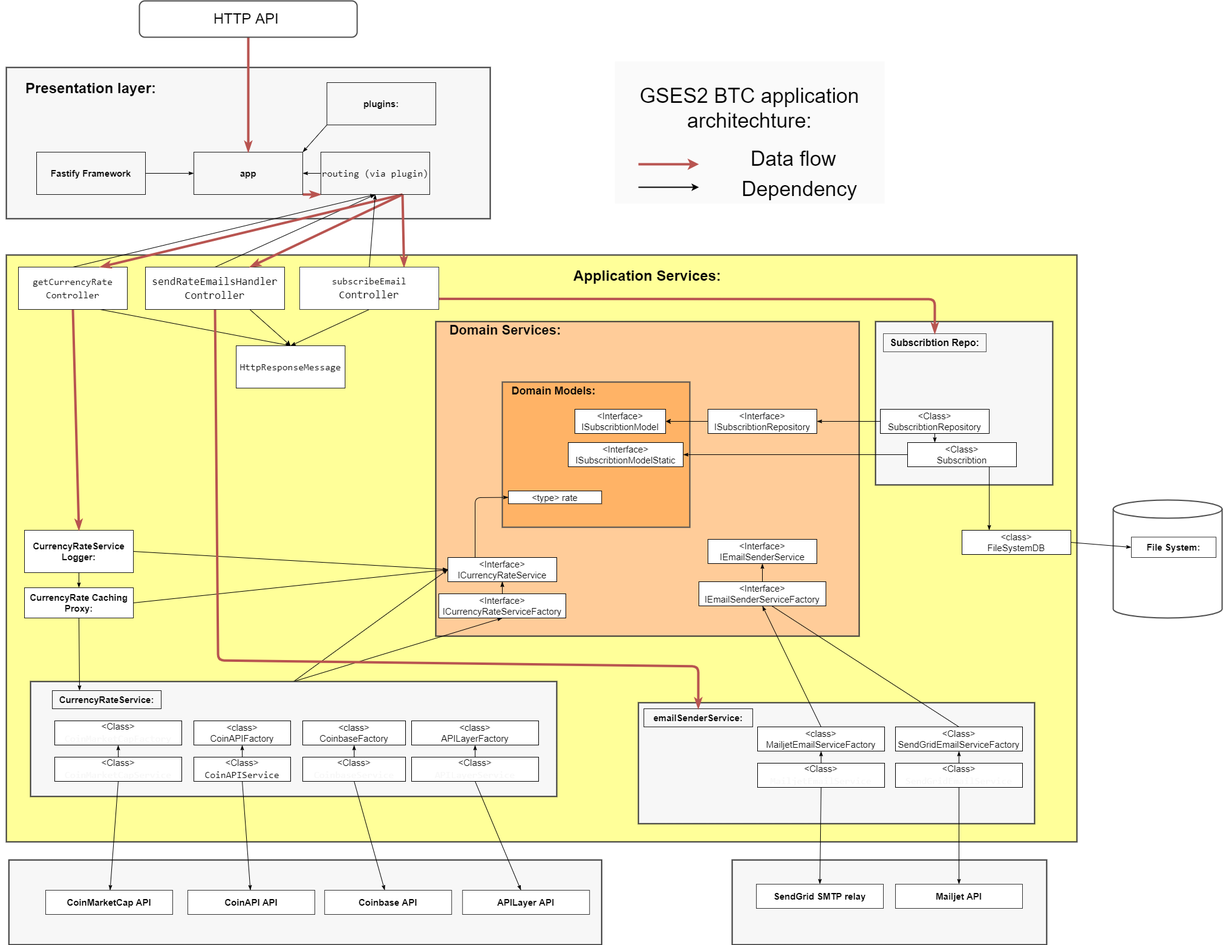
Before: diagrams/architecture.png, a diagram exported from draw.io (GenesisEducationKyiv/hw1-se-school_2022-code-review-Valentine-456). Source tidied: cells renumbered, new cells last; positions are measured from the earlier drawing's top-left corner, leaving out a move shared by most shapes.
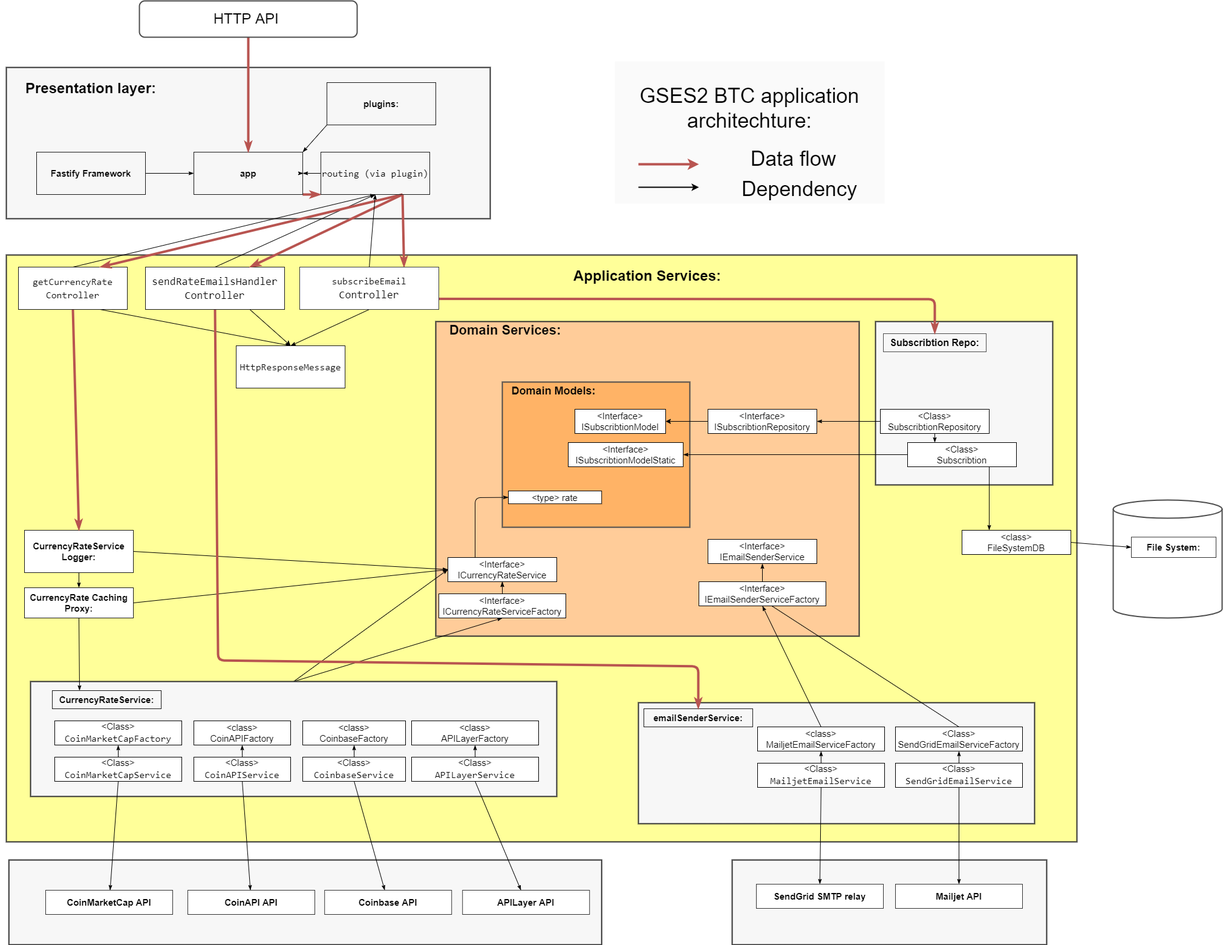
The same diagram one commit later.

Commit message:
fixed architecture diagram

The edit, as a diff of the source:
```diff
@@ -105,7 +105,7 @@
     <mxCell id="34" style="edgeStyle=none;html=1;exitX=0.5;exitY=1;exitDx=0;exitDy=0;entryX=0.5;entryY=0;entryDx=0;entryDy=0;fontColor=#000000;endArrow=classicThin;endFill=1;strokeColor=#000000;" parent="1" edge="1" source="35" target="36">
       <mxGeometry relative="1" as="geometry" />
     </mxCell>
-    <mxCell id="35" value="&amp;lt;Class&amp;gt;&lt;br&gt;&lt;div style=&quot;font-family: &amp;#34;consolas&amp;#34; , &amp;#34;courier new&amp;#34; , monospace ; font-size: 16px ; line-height: 22px&quot;&gt;&lt;font color=&quot;#f7f7f7&quot;&gt;MailjetEmailService&lt;/font&gt;&lt;/div&gt;" style="rounded=0;whiteSpace=wrap;html=1;fontSize=15;" parent="1" vertex="1">
+    <mxCell id="35" value="&amp;lt;Class&amp;gt;&lt;br&gt;&lt;div style=&quot;font-family: &amp;quot;consolas&amp;quot; , &amp;quot;courier new&amp;quot; , monospace ; font-size: 16px ; line-height: 22px&quot;&gt;MailjetEmailService&lt;/div&gt;" style="rounded=0;whiteSpace=wrap;html=1;fontSize=15;" parent="1" vertex="1">
       <mxGeometry x="1252" y="1260" width="210" height="40" as="geometry" />
     </mxCell>
     <mxCell id="36" value="&lt;font color=&quot;#000000&quot;&gt;&lt;b&gt;SendGrid SMTP relay&lt;/b&gt;&lt;/font&gt;" style="rounded=0;whiteSpace=wrap;html=1;fontSize=15;fillColor=#FFFFFF;strokeColor=#333333;" parent="1" vertex="1">
@@ -117,7 +117,7 @@
     <mxCell id="38" style="edgeStyle=none;html=1;exitX=0.5;exitY=1;exitDx=0;exitDy=0;fontColor=#000000;endArrow=classicThin;endFill=1;strokeColor=#000000;entryX=0.5;entryY=0;entryDx=0;entryDy=0;" parent="1" edge="1" source="39" target="44">
       <mxGeometry relative="1" as="geometry" />
     </mxCell>
-    <mxCell id="39" value="&amp;lt;Class&amp;gt;&lt;br&gt;&lt;div style=&quot;font-family: &amp;#34;consolas&amp;#34; , &amp;#34;courier new&amp;#34; , monospace ; font-size: 16px ; line-height: 22px&quot;&gt;&lt;font color=&quot;#f7f7f7&quot;&gt;SendGridEmailService&lt;/font&gt;&lt;/div&gt;" style="rounded=0;whiteSpace=wrap;html=1;fontSize=15;" parent="1" vertex="1">
+    <mxCell id="39" value="&amp;lt;Class&amp;gt;&lt;br&gt;&lt;div style=&quot;font-family: &amp;quot;consolas&amp;quot; , &amp;quot;courier new&amp;quot; , monospace ; font-size: 16px ; line-height: 22px&quot;&gt;SendGridEmailService&lt;/div&gt;" style="rounded=0;whiteSpace=wrap;html=1;fontSize=15;" parent="1" vertex="1">
       <mxGeometry x="1480" y="1260" width="210" height="40" as="geometry" />
     </mxCell>
     <mxCell id="40" style="edgeStyle=none;html=1;exitX=0.5;exitY=0;exitDx=0;exitDy=0;entryX=0.5;entryY=1;entryDx=0;entryDy=0;fontColor=#000000;endArrow=classicThin;endFill=1;strokeColor=#000000;" parent="1" edge="1" source="41" target="18">
@@ -185,7 +185,7 @@
     <mxCell id="60" style="edgeStyle=none;html=1;exitX=0.5;exitY=1;exitDx=0;exitDy=0;fontSize=24;fontColor=#000000;endArrow=classicThin;endFill=1;strokeColor=#000000;" parent="1" edge="1" source="61" target="77">
       <mxGeometry relative="1" as="geometry" />
     </mxCell>
-    <mxCell id="61" value="&amp;lt;Class&amp;gt;&lt;br&gt;&lt;div style=&quot;font-family: &amp;#34;consolas&amp;#34; , &amp;#34;courier new&amp;#34; , monospace ; font-size: 16px ; line-height: 22px&quot;&gt;&lt;font color=&quot;#f7f7f7&quot;&gt;CoinbaseService&lt;/font&gt;&lt;/div&gt;" style="rounded=0;whiteSpace=wrap;html=1;fontSize=15;" parent="1" vertex="1">
+    <mxCell id="61" value="&amp;lt;Class&amp;gt;&lt;br&gt;&lt;div style=&quot;font-family: &amp;quot;consolas&amp;quot; , &amp;quot;courier new&amp;quot; , monospace ; font-size: 16px ; line-height: 22px&quot;&gt;CoinbaseService&lt;/div&gt;" style="rounded=0;whiteSpace=wrap;html=1;fontSize=15;" parent="1" vertex="1">
       <mxGeometry x="500" y="1250" width="170" height="40" as="geometry" />
     </mxCell>
     <mxCell id="62" style="edgeStyle=none;html=1;exitX=0.5;exitY=0;exitDx=0;exitDy=0;entryX=0.5;entryY=1;entryDx=0;entryDy=0;fontSize=24;fontColor=#000000;endArrow=classicThin;endFill=1;strokeColor=#000000;" parent="1" edge="1" source="64" target="66">
@@ -194,7 +194,7 @@
     <mxCell id="63" style="edgeStyle=none;html=1;exitX=0.5;exitY=1;exitDx=0;exitDy=0;fontSize=24;fontColor=#000000;endArrow=classicThin;endFill=1;strokeColor=#000000;" parent="1" edge="1" source="64" target="78">
       <mxGeometry relative="1" as="geometry" />
     </mxCell>
-    <mxCell id="64" value="&amp;lt;Class&amp;gt;&lt;br&gt;&lt;div style=&quot;font-family: &amp;#34;consolas&amp;#34; , &amp;#34;courier new&amp;#34; , monospace ; font-size: 16px ; line-height: 22px&quot;&gt;&lt;font color=&quot;#f7f7f7&quot;&gt;APILayerService&lt;/font&gt;&lt;/div&gt;" style="rounded=0;whiteSpace=wrap;html=1;fontSize=15;" parent="1" vertex="1">
+    <mxCell id="64" value="&amp;lt;Class&amp;gt;&lt;br&gt;&lt;div style=&quot;font-family: &amp;quot;consolas&amp;quot; , &amp;quot;courier new&amp;quot; , monospace ; font-size: 16px ; line-height: 22px&quot;&gt;APILayerService&lt;/div&gt;" style="rounded=0;whiteSpace=wrap;html=1;fontSize=15;" parent="1" vertex="1">
       <mxGeometry x="680" y="1250" width="210" height="40" as="geometry" />
     </mxCell>
     <mxCell id="65" value="&amp;lt;class&amp;gt;&lt;br&gt;CoinbaseFactory" style="rounded=0;whiteSpace=wrap;html=1;fontSize=15;" parent="1" vertex="1">
@@ -221,10 +221,10 @@
     <mxCell id="72" style="edgeStyle=none;html=1;exitX=0.5;exitY=1;exitDx=0;exitDy=0;fontSize=24;fontColor=#000000;endArrow=classicThin;endFill=1;strokeColor=#000000;" parent="1" edge="1" source="73" target="75">
       <mxGeometry relative="1" as="geometry" />
     </mxCell>
-    <mxCell id="73" value="&amp;lt;Class&amp;gt;&lt;br&gt;&lt;div style=&quot;font-family: &amp;#34;consolas&amp;#34; , &amp;#34;courier new&amp;#34; , monospace ; font-size: 16px ; line-height: 22px&quot;&gt;&lt;font color=&quot;#f7f7f7&quot;&gt;CoinMarketCapService&lt;/font&gt;&lt;/div&gt;" style="rounded=0;whiteSpace=wrap;html=1;fontSize=15;" parent="1" vertex="1">
+    <mxCell id="73" value="&amp;lt;Class&amp;gt;&lt;br&gt;&lt;div style=&quot;font-family: &amp;quot;consolas&amp;quot; , &amp;quot;courier new&amp;quot; , monospace ; font-size: 16px ; line-height: 22px&quot;&gt;CoinMarketCapService&lt;/div&gt;" style="rounded=0;whiteSpace=wrap;html=1;fontSize=15;" parent="1" vertex="1">
       <mxGeometry x="90" y="1250" width="210" height="40" as="geometry" />
     </mxCell>
-    <mxCell id="74" value="&amp;lt;Class&amp;gt;&lt;br&gt;&lt;div style=&quot;font-family: &amp;#34;consolas&amp;#34; , &amp;#34;courier new&amp;#34; , monospace ; font-size: 16px ; line-height: 22px&quot;&gt;&lt;font color=&quot;#f7f7f7&quot;&gt;CoinMarketCapFactory&lt;/font&gt;&lt;/div&gt;" style="rounded=0;whiteSpace=wrap;html=1;fontSize=15;" parent="1" vertex="1">
+    <mxCell id="74" value="&amp;lt;Class&amp;gt;&lt;br&gt;&lt;div style=&quot;font-family: &amp;quot;consolas&amp;quot; , &amp;quot;courier new&amp;quot; , monospace ; font-size: 16px ; line-height: 22px&quot;&gt;CoinMarketCapFactory&lt;/div&gt;" style="rounded=0;whiteSpace=wrap;html=1;fontSize=15;" parent="1" vertex="1">
       <mxGeometry x="90" y="1190" width="210" height="40" as="geometry" />
     </mxCell>
     <mxCell id="75" value="&lt;font color=&quot;#000000&quot;&gt;&lt;b&gt;CoinMarketCap API&lt;/b&gt;&lt;/font&gt;" style="rounded=0;whiteSpace=wrap;html=1;fontSize=15;fillColor=#FFFFFF;strokeColor=#333333;" parent="1" vertex="1">
```
